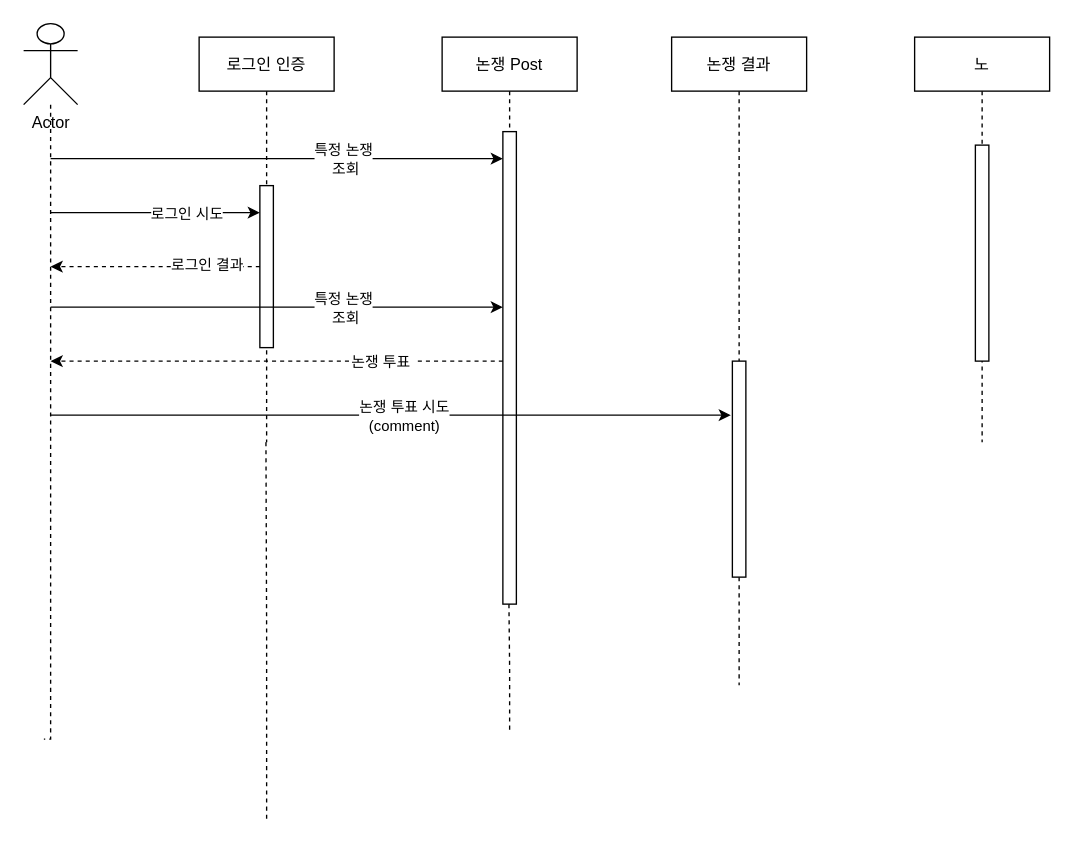
GeonWooPaeng/Diagram keeps this draw.io diagram as Untitled Diagram.drawio. Above is the earlier version. Source tidied: cells renumbered, new cells numbered last; positions are measured from the earlier drawing's top-left corner, leaving out a move shared by most shapes. Both pictures are drawn from the tidied source at 135%, with x=0, y=0 at pixel (23, 23).
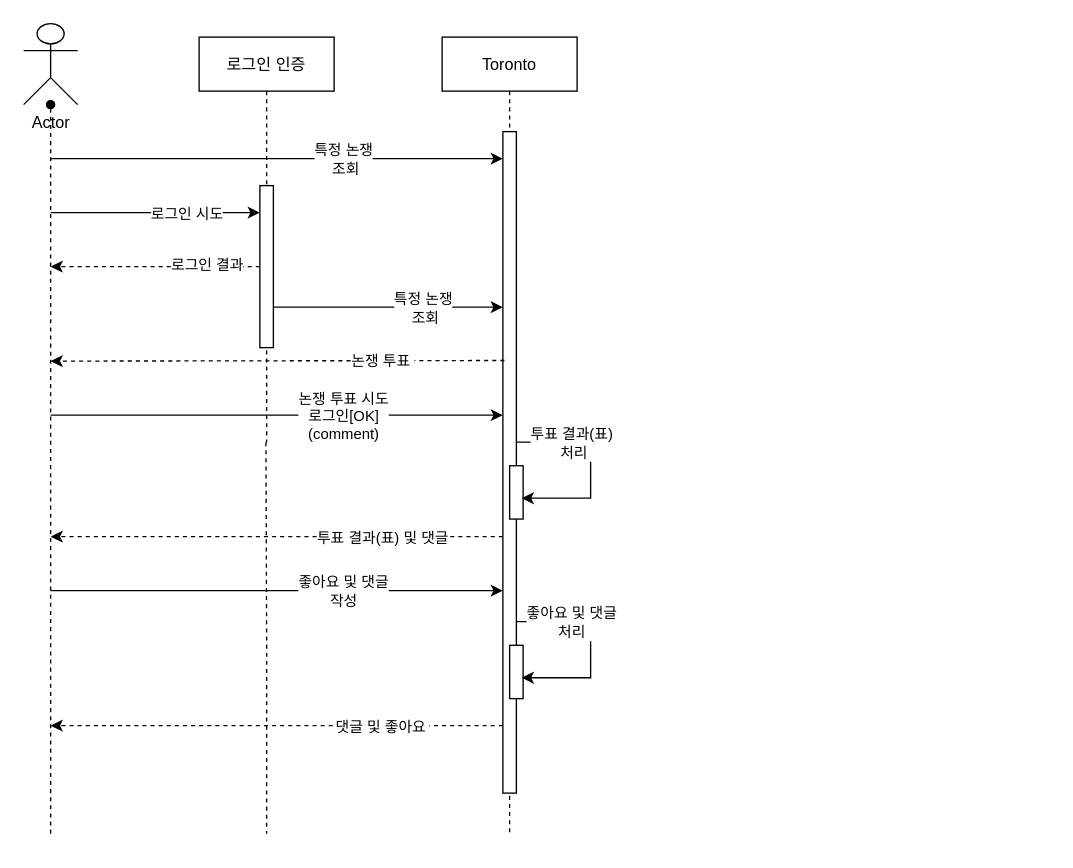
The same diagram, later.

Unchanged cells that the change refers to:
```xml
<mxCell id="3" value="로그인 인증" style="shape=umlLifeline;perimeter=lifelinePerimeter;rounded=0;shadow=0;strokeWidth=1;" parent="1" vertex="1">
  <mxGeometry x="130" y="10" width="100" height="300" as="geometry" />
</mxCell>
<mxCell id="19" value="Actor" style="shape=umlActor;verticalLabelPosition=bottom;verticalAlign=top;html=1;outlineConnect=0;" parent="1" vertex="1">
  <mxGeometry width="40" height="60" as="geometry" />
</mxCell>
```

Change to the diagram source:
```diff
@@
     <mxCell id="2" style="edgeStyle=orthogonalEdgeStyle;rounded=0;jettySize=auto;html=1;dashed=1;endArrow=none;endFill=0;" parent="1" edge="1" source="3">
       <mxGeometry relative="1" as="geometry">
-        <mxPoint x="180" y="590" as="targetPoint" />
+        <mxPoint x="180" y="600" as="targetPoint" />
       </mxGeometry>
     </mxCell>
@@
-    <mxCell id="9" style="edgeStyle=orthogonalEdgeStyle;rounded=0;jettySize=auto;html=1;dashed=1;endArrow=none;endFill=0;" parent="1" edge="1" source="10">
-      <mxGeometry relative="1" as="geometry">
-        <mxPoint x="360" y="524.5" as="targetPoint" />
-      </mxGeometry>
-    </mxCell>
+    <mxCell id="20" style="endArrow=classic;html=1;rounded=0;" parent="3" edge="1" target="11">
+      <mxGeometry relative="1" as="geometry">
+        <mxPoint x="55" y="200" as="sourcePoint" />
+        <Array as="points">
+          <mxPoint x="195" y="200" />
+        </Array>
+      </mxGeometry>
+    </mxCell>
+    <mxCell id="21" value="특정 논쟁&lt;br&gt;&amp;nbsp;조회" style="edgeLabel;html=1;align=center;verticalAlign=middle;" parent="20" vertex="1">
+      <mxGeometry x="0.29" relative="1" as="geometry" />
+    </mxCell>
-    <mxCell id="10" value="논쟁 Post" style="shape=umlLifeline;perimeter=lifelinePerimeter;rounded=0;shadow=0;strokeWidth=1;" parent="1" vertex="1">
-      <mxGeometry x="310" y="10" width="100" height="420" as="geometry" />
+    <mxCell id="10" value="Toronto" style="shape=umlLifeline;perimeter=lifelinePerimeter;rounded=0;shadow=0;strokeWidth=1;" parent="1" vertex="1">
+      <mxGeometry x="310" y="10" width="100" height="590" as="geometry" />
     </mxCell>
     <mxCell id="11" style="points=[];perimeter=orthogonalPerimeter;rounded=0;shadow=0;strokeWidth=1;" parent="10" vertex="1">
-      <mxGeometry x="45" y="70" width="10" height="350" as="geometry" />
+      <mxGeometry x="45" y="70" width="10" height="490" as="geometry" />
     </mxCell>
+    <mxCell id="28" style="points=[];perimeter=orthogonalPerimeter;rounded=0;shadow=0;strokeWidth=1;" parent="10" vertex="1">
+      <mxGeometry x="50" y="450.5" width="10" height="39.5" as="geometry" />
+    </mxCell>
+    <mxCell id="29" style="edgeStyle=elbowEdgeStyle;elbow=horizontal;endArrow=classic;html=1;rounded=0;entryX=0.9;entryY=0.608;entryDx=0;entryDy=0;entryPerimeter=0;" parent="10" edge="1" target="28">
+      <mxGeometry relative="1" as="geometry">
+        <mxPoint x="55" y="433" as="sourcePoint" />
+        <Array as="points">
+          <mxPoint x="110" y="453" />
+          <mxPoint x="120" y="460.5" />
+        </Array>
+      </mxGeometry>
+    </mxCell>
+    <mxCell id="30" value="좋아요 및 댓글 &lt;br&gt;처리" style="edgeLabel;html=1;align=center;verticalAlign=middle;" parent="29" vertex="1">
+      <mxGeometry x="-0.46" relative="1" as="geometry" />
+    </mxCell>
-    <mxCell id="12" style="endArrow=classic;html=1;rounded=0;dashed=1;" parent="10" edge="1">
+    <mxCell id="12" style="endArrow=classic;html=1;rounded=0;dashed=1;exitX=0.114;exitY=0.346;exitDx=0;exitDy=0;exitPerimeter=0;" parent="10" edge="1" source="11">
       <mxGeometry relative="1" as="geometry">
-        <mxPoint x="45" y="240" as="sourcePoint" />
         <mxPoint x="-290" y="240" as="targetPoint" />
       </mxGeometry>
     </mxCell>
@@
-    <mxCell id="14" style="edgeStyle=none;rounded=0;jettySize=auto;html=1;dashed=1;startArrow=none;startFill=1;endArrow=none;endFill=0;" parent="1" edge="1" source="26">
-      <mxGeometry relative="1" as="geometry">
-        <mxPoint x="530" y="490" as="targetPoint" />
-      </mxGeometry>
-    </mxCell>
-    <mxCell id="15" value="논쟁 결과" style="shape=umlLifeline;perimeter=lifelinePerimeter;rounded=0;shadow=0;strokeWidth=1;" parent="1" vertex="1">
-      <mxGeometry x="480" y="10" width="100" height="300" as="geometry" />
-    </mxCell>
-    <mxCell id="16" value="노" style="shape=umlLifeline;perimeter=lifelinePerimeter;rounded=0;shadow=0;strokeWidth=1;" parent="1" vertex="1">
-      <mxGeometry x="660" y="10" width="100" height="300" as="geometry" />
-    </mxCell>
-    <mxCell id="17" style="perimeter=orthogonalPerimeter;rounded=0;shadow=0;strokeWidth=1;" parent="16" vertex="1">
-      <mxGeometry x="45" y="80" width="10" height="160" as="geometry" />
-    </mxCell>
-    <mxCell id="18" style="edgeStyle=orthogonalEdgeStyle;rounded=0;jettySize=auto;html=1;endArrow=none;endFill=0;dashed=1;" parent="1" edge="1" source="19">
-      <mxGeometry relative="1" as="geometry">
-        <mxPoint x="15" y="530" as="targetPoint" />
-        <Array as="points">
-          <mxPoint x="20" y="530" />
-        </Array>
-      </mxGeometry>
-    </mxCell>
+    <mxCell id="31" style="endArrow=classic;html=1;rounded=0;" parent="10" edge="1" target="11">
+      <mxGeometry relative="1" as="geometry">
+        <mxPoint x="-290" y="280" as="sourcePoint" />
+        <Array as="points">
+          <mxPoint x="-145" y="280" />
+          <mxPoint x="25" y="280" />
+        </Array>
+      </mxGeometry>
+    </mxCell>
+    <mxCell id="32" value="논쟁 투표 시도&lt;br&gt;로그인[OK]&lt;br&gt;(comment)" style="edgeLabel;html=1;align=center;verticalAlign=middle;" parent="31" vertex="1">
+      <mxGeometry x="0.29" relative="1" as="geometry" />
+    </mxCell>
+    <mxCell id="33" style="points=[];perimeter=orthogonalPerimeter;rounded=0;shadow=0;strokeWidth=1;" parent="10" vertex="1">
+      <mxGeometry x="50" y="317.5" width="10" height="39.5" as="geometry" />
+    </mxCell>
+    <mxCell id="34" style="edgeStyle=elbowEdgeStyle;elbow=horizontal;endArrow=classic;html=1;rounded=0;entryX=0.9;entryY=0.608;entryDx=0;entryDy=0;entryPerimeter=0;" parent="10" edge="1" target="33">
+      <mxGeometry relative="1" as="geometry">
+        <mxPoint x="55" y="300" as="sourcePoint" />
+        <Array as="points">
+          <mxPoint x="110" y="320" />
+          <mxPoint x="120" y="327.5" />
+        </Array>
+      </mxGeometry>
+    </mxCell>
+    <mxCell id="35" value="투표 결과(표)&lt;br&gt;&amp;nbsp;처리" style="edgeLabel;html=1;align=center;verticalAlign=middle;" parent="34" vertex="1">
+      <mxGeometry x="-0.46" relative="1" as="geometry" />
+    </mxCell>
+    <mxCell id="36" style="edgeStyle=none;rounded=0;jettySize=auto;html=1;startArrow=oval;startFill=1;endArrow=none;endFill=0;dashed=1;" parent="1" edge="1" source="19">
+      <mxGeometry relative="1" as="geometry">
+        <mxPoint x="20" y="600" as="targetPoint" />
+      </mxGeometry>
+    </mxCell>
@@
-    <mxCell id="20" style="endArrow=classic;html=1;rounded=0;" parent="1" edge="1">
-      <mxGeometry relative="1" as="geometry">
-        <mxPoint x="20" y="210" as="sourcePoint" />
-        <mxPoint x="355" y="210" as="targetPoint" />
-        <Array as="points">
-          <mxPoint x="160" y="210" />
-          <mxPoint x="330" y="210" />
-        </Array>
-      </mxGeometry>
-    </mxCell>
-    <mxCell id="21" value="특정 논쟁&lt;br&gt;&amp;nbsp;조회" style="edgeLabel;html=1;align=center;verticalAlign=middle;" parent="20" vertex="1">
-      <mxGeometry x="0.29" relative="1" as="geometry" />
-    </mxCell>
@@
-    <mxCell id="24" style="endArrow=classic;html=1;rounded=0;entryX=-0.113;entryY=0.25;entryDx=0;entryDy=0;entryPerimeter=0;" parent="1" edge="1" target="26">
-      <mxGeometry relative="1" as="geometry">
-        <mxPoint x="20" y="290" as="sourcePoint" />
-        <Array as="points">
-          <mxPoint x="500" y="290" />
-        </Array>
-      </mxGeometry>
-    </mxCell>
-    <mxCell id="25" value="논쟁 투표 시도&lt;br&gt;(comment)" style="edgeLabel;html=1;align=center;verticalAlign=middle;" parent="24" vertex="1">
-      <mxGeometry x="0.23" relative="1" as="geometry">
-        <mxPoint x="-49" as="offset" />
-      </mxGeometry>
-    </mxCell>
-    <mxCell id="26" style="points=[];perimeter=orthogonalPerimeter;rounded=0;shadow=0;strokeWidth=1;" parent="1" vertex="1">
-      <mxGeometry x="525" y="250" width="10" height="160" as="geometry" />
-    </mxCell>
-    <mxCell id="27" style="edgeStyle=none;rounded=0;jettySize=auto;html=1;dashed=1;startArrow=oval;startFill=1;endArrow=none;endFill=0;" parent="1" edge="1" source="15" target="26">
-      <mxGeometry relative="1" as="geometry" />
-    </mxCell>
+    <mxCell id="37" style="endArrow=classic;html=1;rounded=0;dashed=1;" parent="1" edge="1">
+      <mxGeometry relative="1" as="geometry">
+        <mxPoint x="355" y="380" as="sourcePoint" />
+        <mxPoint x="20" y="380" as="targetPoint" />
+      </mxGeometry>
+    </mxCell>
+    <mxCell id="38" value="투표 결과(표) 및 댓글" style="edgeLabel;html=1;align=center;verticalAlign=middle;" parent="37" vertex="1">
+      <mxGeometry x="-0.46" relative="1" as="geometry" />
+    </mxCell>
+    <mxCell id="39" style="endArrow=classic;html=1;rounded=0;" parent="1" edge="1">
+      <mxGeometry relative="1" as="geometry">
+        <mxPoint x="20" y="420" as="sourcePoint" />
+        <mxPoint x="355" y="420" as="targetPoint" />
+        <Array as="points">
+          <mxPoint x="160" y="420" />
+          <mxPoint x="330" y="420" />
+        </Array>
+      </mxGeometry>
+    </mxCell>
+    <mxCell id="40" value="좋아요 및 댓글&lt;br&gt;작성" style="edgeLabel;html=1;align=center;verticalAlign=middle;" parent="39" vertex="1">
+      <mxGeometry x="0.29" relative="1" as="geometry" />
+    </mxCell>
+    <mxCell id="41" style="endArrow=classic;html=1;rounded=0;dashed=1;" parent="1" edge="1">
+      <mxGeometry relative="1" as="geometry">
+        <mxPoint x="355" y="520" as="sourcePoint" />
+        <mxPoint x="20" y="520" as="targetPoint" />
+      </mxGeometry>
+    </mxCell>
+    <mxCell id="42" value="댓글 및 좋아요&amp;nbsp;" style="edgeLabel;html=1;align=center;verticalAlign=middle;" parent="41" vertex="1">
+      <mxGeometry x="-0.46" relative="1" as="geometry" />
+    </mxCell>
```
